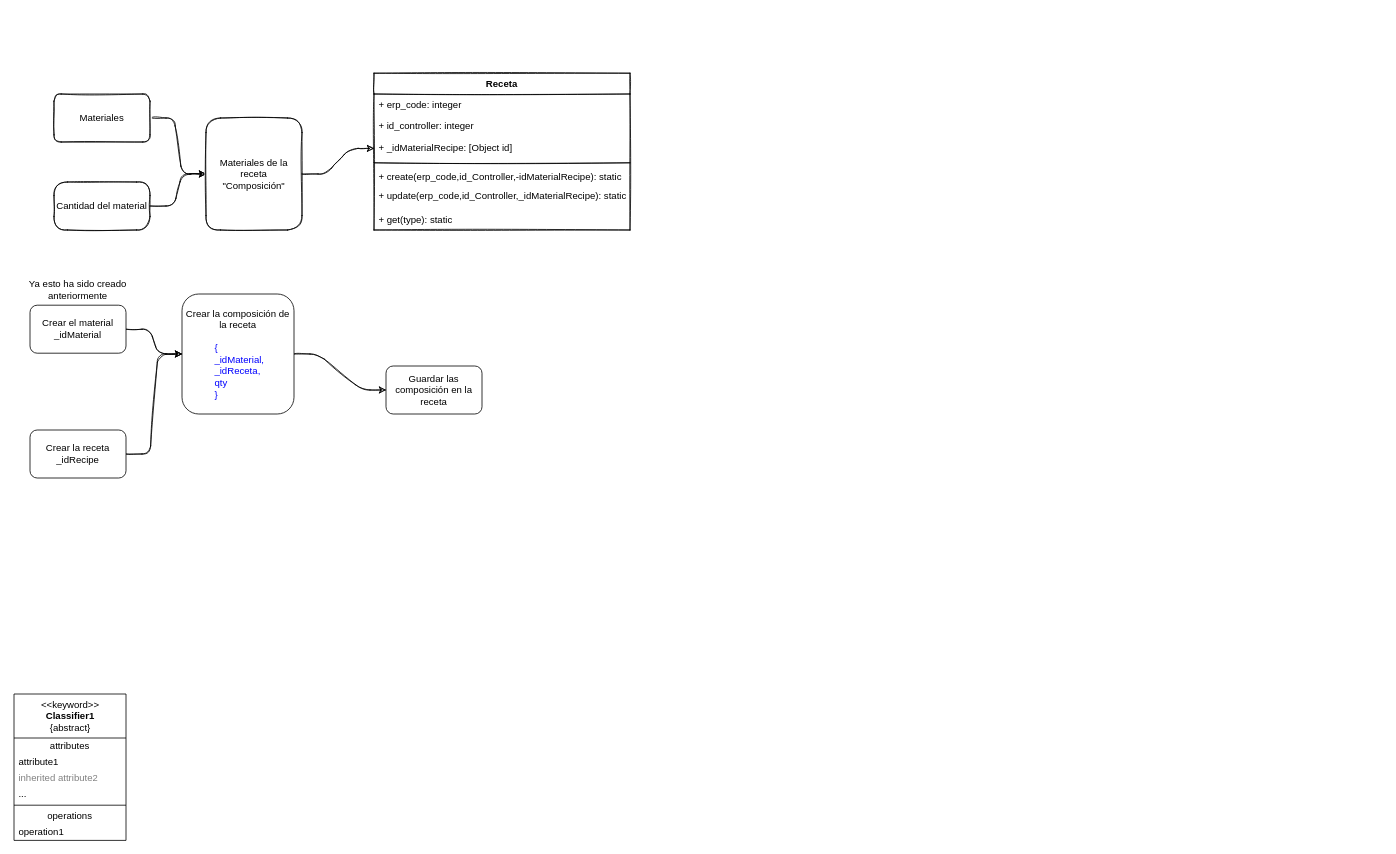
The draw.io diagram page "Modelo Recetas - Materiales" (2 of 4) of Documentacion/API Ultrabox - Esquemas y ULM.drawio in mscoldev/ultrabox-api, before the edit. Source tidied: cells renumbered, new cells numbered last; positions are measured from the earlier drawing's top-left corner, leaving out a move shared by most shapes. Both pictures are drawn from the tidied source at 80%, with x=0, y=0 at pixel (14, 73).
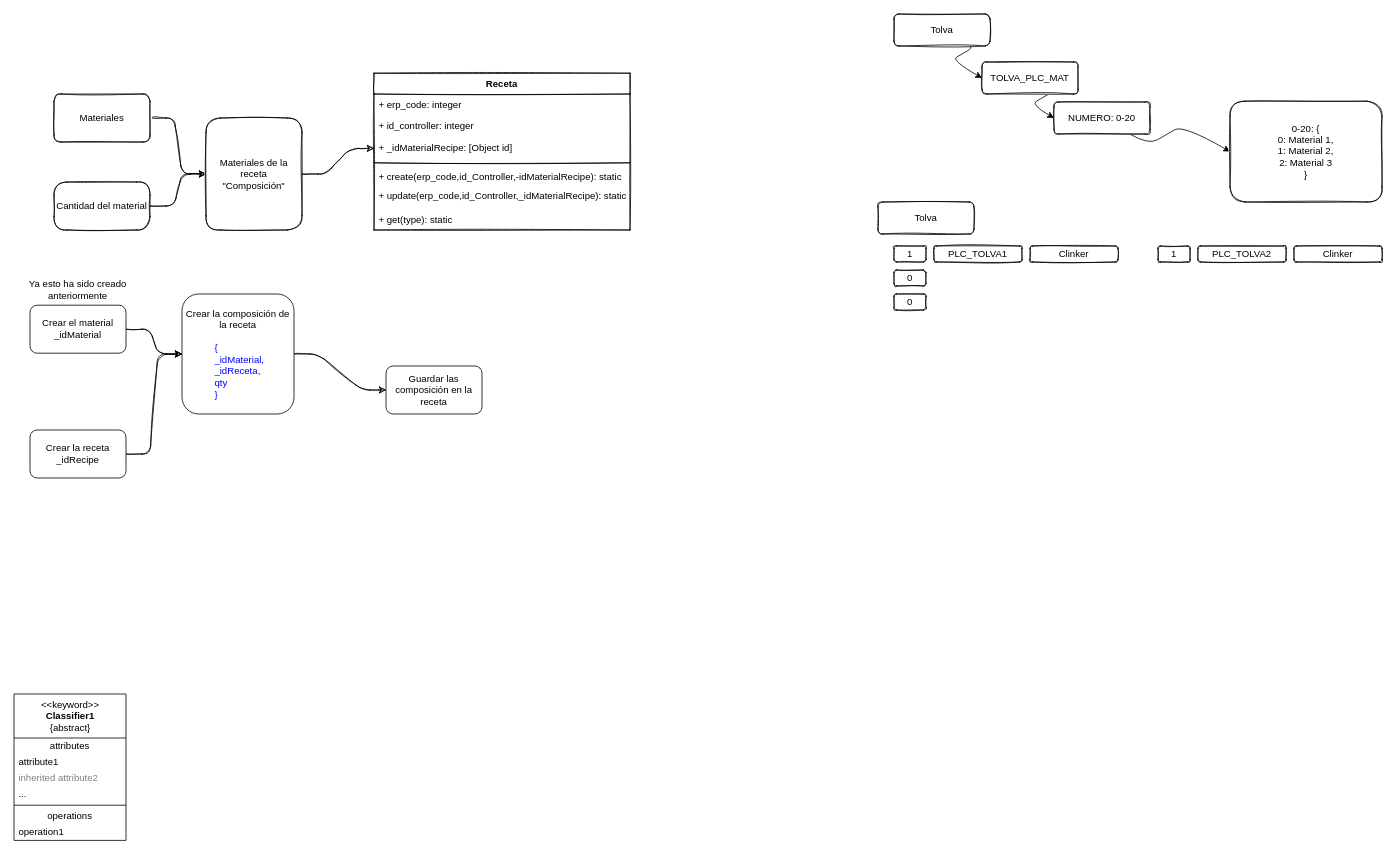
After the change.

Diff of the diagram source:
```diff
@@
+    <mxCell id="32" style="edgeStyle=isometricEdgeStyle;jettySize=auto;html=1;entryX=0;entryY=0.5;entryDx=0;entryDy=0;elbow=vertical;curved=1;" parent="1" edge="1" source="33" target="35">
+      <mxGeometry relative="1" as="geometry" />
+    </mxCell>
+    <mxCell id="33" value="Tolva" style="rounded=1;whiteSpace=wrap;html=1;sketch=1;" parent="1" vertex="1">
+      <mxGeometry x="1100" y="-74" width="120" height="40" as="geometry" />
+    </mxCell>
+    <mxCell id="34" style="edgeStyle=isometricEdgeStyle;jettySize=auto;html=1;entryX=0;entryY=0.5;entryDx=0;entryDy=0;elbow=vertical;curved=1;" parent="1" edge="1" source="35" target="37">
+      <mxGeometry relative="1" as="geometry" />
+    </mxCell>
+    <mxCell id="35" value="TOLVA_PLC_MAT" style="rounded=1;whiteSpace=wrap;html=1;sketch=1;" parent="1" vertex="1">
+      <mxGeometry x="1210" y="-14" width="120" height="40" as="geometry" />
+    </mxCell>
+    <mxCell id="36" style="edgeStyle=isometricEdgeStyle;jettySize=auto;html=1;entryX=0;entryY=0.5;entryDx=0;entryDy=0;elbow=vertical;curved=1;" parent="1" edge="1" source="37" target="38">
+      <mxGeometry relative="1" as="geometry" />
+    </mxCell>
+    <mxCell id="37" value="NUMERO: 0-20" style="rounded=1;whiteSpace=wrap;html=1;sketch=1;" parent="1" vertex="1">
+      <mxGeometry x="1300" y="36" width="120" height="40" as="geometry" />
+    </mxCell>
+    <mxCell id="38" value="0-20: {&lt;br&gt;0: Material 1,&lt;br&gt;1: Material 2,&lt;br&gt;2: Material 3&lt;br&gt;}" style="rounded=1;whiteSpace=wrap;html=1;sketch=1;" parent="1" vertex="1">
+      <mxGeometry x="1520" y="35" width="190" height="126" as="geometry" />
+    </mxCell>
+    <mxCell id="39" value="Tolva" style="rounded=1;whiteSpace=wrap;html=1;sketch=1;" parent="1" vertex="1">
+      <mxGeometry x="1080" y="161" width="120" height="40" as="geometry" />
+    </mxCell>
+    <mxCell id="40" value="1" style="rounded=1;whiteSpace=wrap;html=1;sketch=1;" parent="1" vertex="1">
+      <mxGeometry x="1100" y="216" width="40" height="20" as="geometry" />
+    </mxCell>
+    <mxCell id="41" value="0" style="rounded=1;whiteSpace=wrap;html=1;sketch=1;" parent="1" vertex="1">
+      <mxGeometry x="1100" y="246" width="40" height="20" as="geometry" />
+    </mxCell>
+    <mxCell id="42" value="0" style="rounded=1;whiteSpace=wrap;html=1;sketch=1;" parent="1" vertex="1">
+      <mxGeometry x="1100" y="276" width="40" height="20" as="geometry" />
+    </mxCell>
+    <mxCell id="43" value="PLC_TOLVA1" style="rounded=1;whiteSpace=wrap;html=1;sketch=1;" parent="1" vertex="1">
+      <mxGeometry x="1150" y="216" width="110" height="20" as="geometry" />
+    </mxCell>
+    <mxCell id="44" value="Clinker" style="rounded=1;whiteSpace=wrap;html=1;sketch=1;" parent="1" vertex="1">
+      <mxGeometry x="1270" y="216" width="110" height="20" as="geometry" />
+    </mxCell>
+    <mxCell id="45" value="1" style="rounded=1;whiteSpace=wrap;html=1;sketch=1;" parent="1" vertex="1">
+      <mxGeometry x="1430" y="216" width="40" height="20" as="geometry" />
+    </mxCell>
+    <mxCell id="46" value="PLC_TOLVA2" style="rounded=1;whiteSpace=wrap;html=1;sketch=1;" parent="1" vertex="1">
+      <mxGeometry x="1480" y="216" width="110" height="20" as="geometry" />
+    </mxCell>
+    <mxCell id="47" value="Clinker" style="rounded=1;whiteSpace=wrap;html=1;sketch=1;" parent="1" vertex="1">
+      <mxGeometry x="1600" y="216" width="110" height="20" as="geometry" />
+    </mxCell>
```
